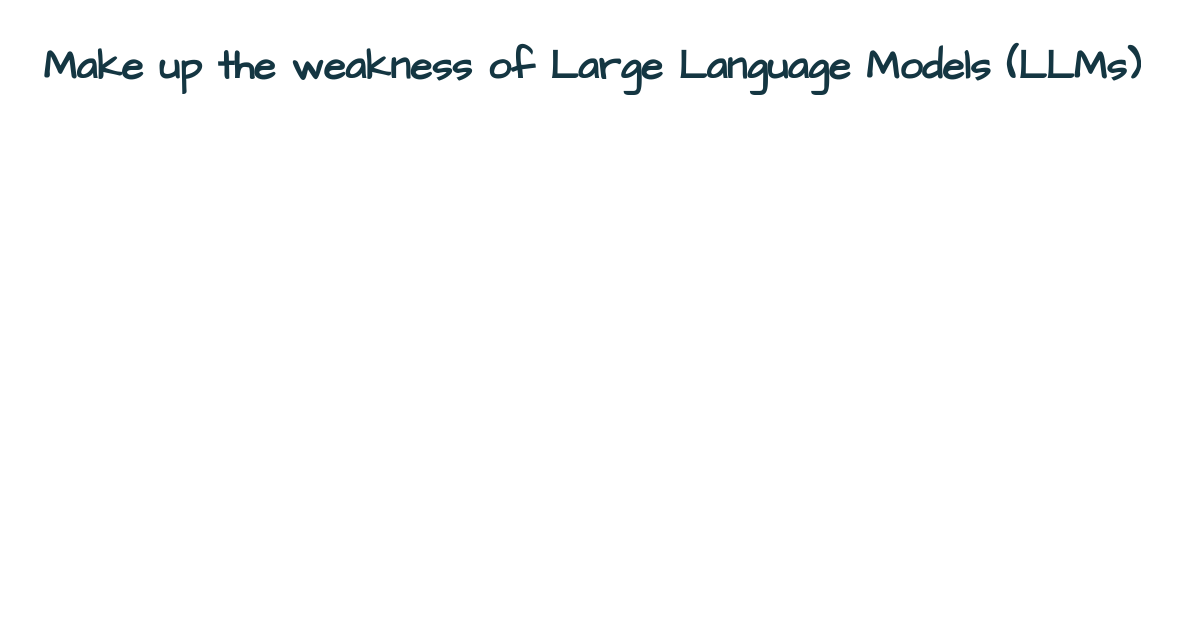
Before: page "how to make up" (2 of 4) of 未命名.drawio in littlewwwhite/draw.io, a draw.io diagram. Source tidied: cells renumbered, new cells numbered last; positions are measured from the earlier drawing's top-left corner, leaving out a move shared by most shapes. Both pictures are drawn from the tidied source at 100%, with x=0, y=0 at pixel (17, 27).
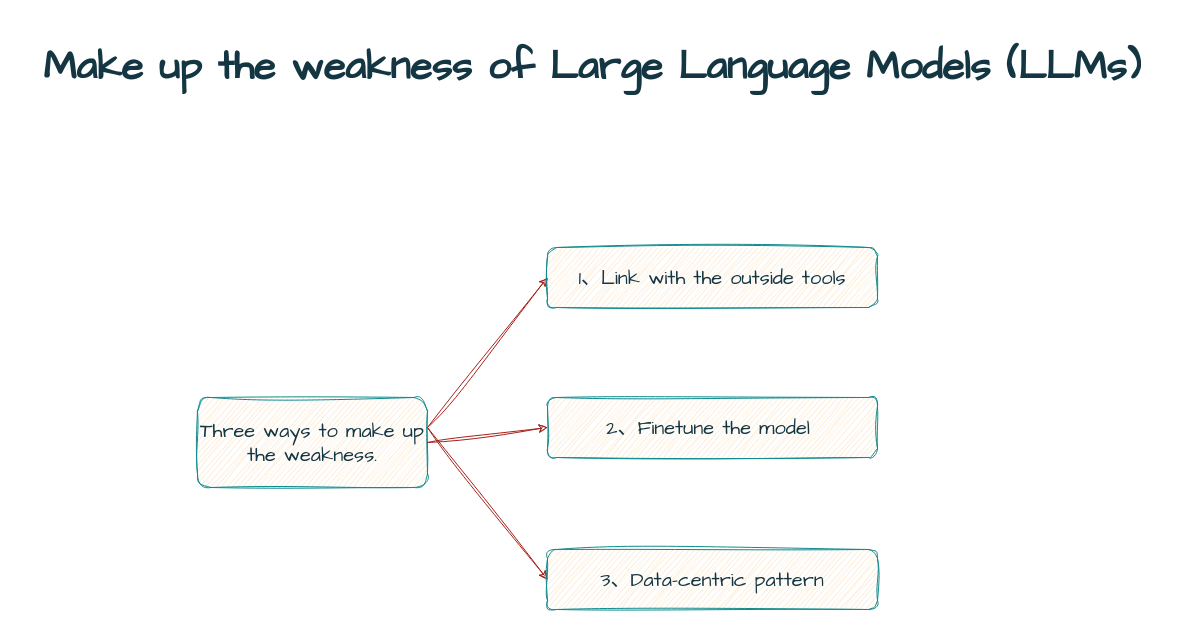
Above is the later version.

The edit, as a diff of the source:
```diff
@@
 <mxGraphModel>
   <root>
     <mxCell id="0" />
     <mxCell id="1" parent="0" />
     <mxCell id="2" value="&lt;h1&gt;Make up the weakness of Large Language Models (LLMs)&lt;/h1&gt;" style="text;html=1;strokeColor=none;fillColor=none;spacing=5;spacingTop=-20;whiteSpace=wrap;overflow=hidden;rounded=0;fontSize=20;fontFamily=Architects Daughter;fontColor=#143642;align=center;sketch=1;curveFitting=1;jiggle=2;labelBackgroundColor=none;" parent="1" vertex="1">
       <mxGeometry width="1150" height="80" as="geometry" />
     </mxCell>
+    <mxCell id="3" value="Three ways to make up the weakness." style="rounded=1;whiteSpace=wrap;html=1;sketch=1;hachureGap=4;jiggle=2;curveFitting=1;strokeColor=#0F8B8D;fontFamily=Architects Daughter;fontSize=20;fontColor=#143642;fillColor=#FAE5C7;labelBackgroundColor=none;" parent="1" vertex="1">
+      <mxGeometry x="180" y="370" width="230" height="90" as="geometry" />
+    </mxCell>
+    <mxCell id="4" style="endArrow=classic;html=1;rounded=0;sketch=1;hachureGap=4;jiggle=2;curveFitting=1;strokeColor=#A8201A;fontFamily=Architects Daughter;fontSize=16;fontColor=default;fillColor=#FAE5C7;exitX=1;exitY=0.5;exitDx=0;exitDy=0;entryX=0;entryY=0.5;entryDx=0;entryDy=0;labelBackgroundColor=none;" parent="1" edge="1" source="3" target="5">
+      <mxGeometry relative="1" as="geometry" />
+    </mxCell>
+    <mxCell id="5" value="2、Finetune the model&amp;nbsp;" style="rounded=1;whiteSpace=wrap;html=1;sketch=1;hachureGap=4;jiggle=2;curveFitting=1;strokeColor=#0F8B8D;fontFamily=Architects Daughter;fontSize=20;fontColor=#143642;fillColor=#FAE5C7;labelBackgroundColor=none;" parent="1" vertex="1">
+      <mxGeometry x="530" y="370" width="330" height="60" as="geometry" />
+    </mxCell>
+    <mxCell id="6" style="endArrow=classic;html=1;rounded=0;sketch=1;hachureGap=4;jiggle=2;curveFitting=1;strokeColor=#A8201A;fontFamily=Architects Daughter;fontSize=16;fontColor=default;fillColor=#FAE5C7;entryX=0;entryY=0.5;entryDx=0;entryDy=0;labelBackgroundColor=none;" parent="1" edge="1" target="7">
+      <mxGeometry relative="1" as="geometry">
+        <mxPoint x="410" y="400" as="sourcePoint" />
+      </mxGeometry>
+    </mxCell>
+    <mxCell id="7" value="1、Link with the outside tools" style="rounded=1;whiteSpace=wrap;html=1;sketch=1;hachureGap=4;jiggle=2;curveFitting=1;strokeColor=#0F8B8D;fontFamily=Architects Daughter;fontSize=20;fontColor=#143642;fillColor=#FAE5C7;labelBackgroundColor=none;" parent="1" vertex="1">
+      <mxGeometry x="530" y="220" width="330" height="60" as="geometry" />
+    </mxCell>
+    <mxCell id="8" style="endArrow=classic;html=1;rounded=0;sketch=1;hachureGap=4;jiggle=2;curveFitting=1;strokeColor=#A8201A;fontFamily=Architects Daughter;fontSize=16;fontColor=default;fillColor=#FAE5C7;entryX=0;entryY=0.5;entryDx=0;entryDy=0;labelBackgroundColor=none;" parent="1" edge="1" target="9">
+      <mxGeometry relative="1" as="geometry">
+        <mxPoint x="410" y="400" as="sourcePoint" />
+      </mxGeometry>
+    </mxCell>
+    <mxCell id="9" value="3、Data-centric pattern" style="rounded=1;whiteSpace=wrap;html=1;sketch=1;hachureGap=4;jiggle=2;curveFitting=1;strokeColor=#0F8B8D;fontFamily=Architects Daughter;fontSize=20;fontColor=#143642;fillColor=#FAE5C7;labelBackgroundColor=none;" parent="1" vertex="1">
+      <mxGeometry x="530" y="522" width="330" height="60" as="geometry" />
+    </mxCell>
   </root>
 </mxGraphModel>
```
